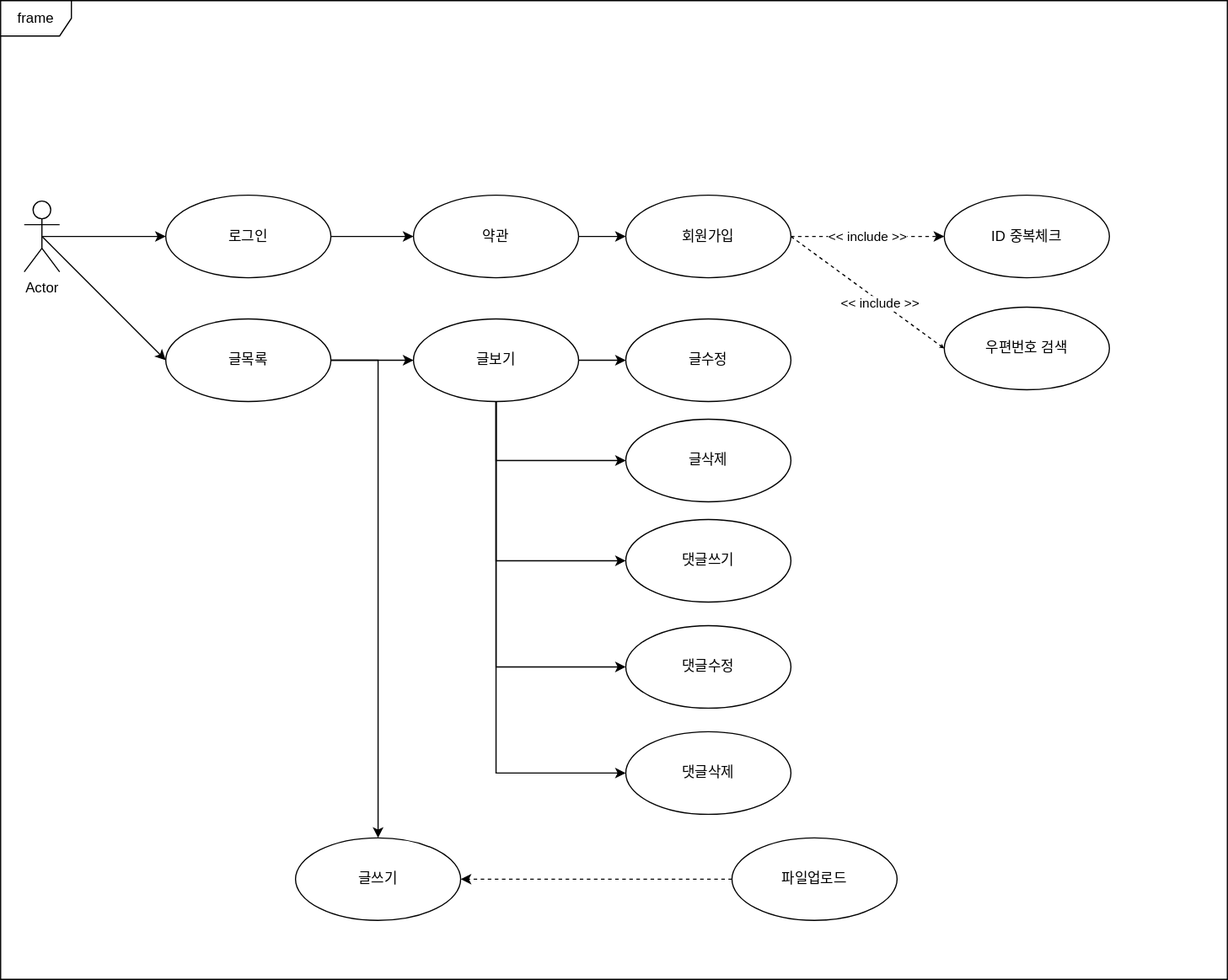
The draw.io diagram JBoard1/게시판 유스케이스.svg in haerisogyumo/JSP, before a commit. Source tidied: cells renumbered, new cells last; positions are measured from the earlier drawing's top-left corner, leaving out a move shared by most shapes.
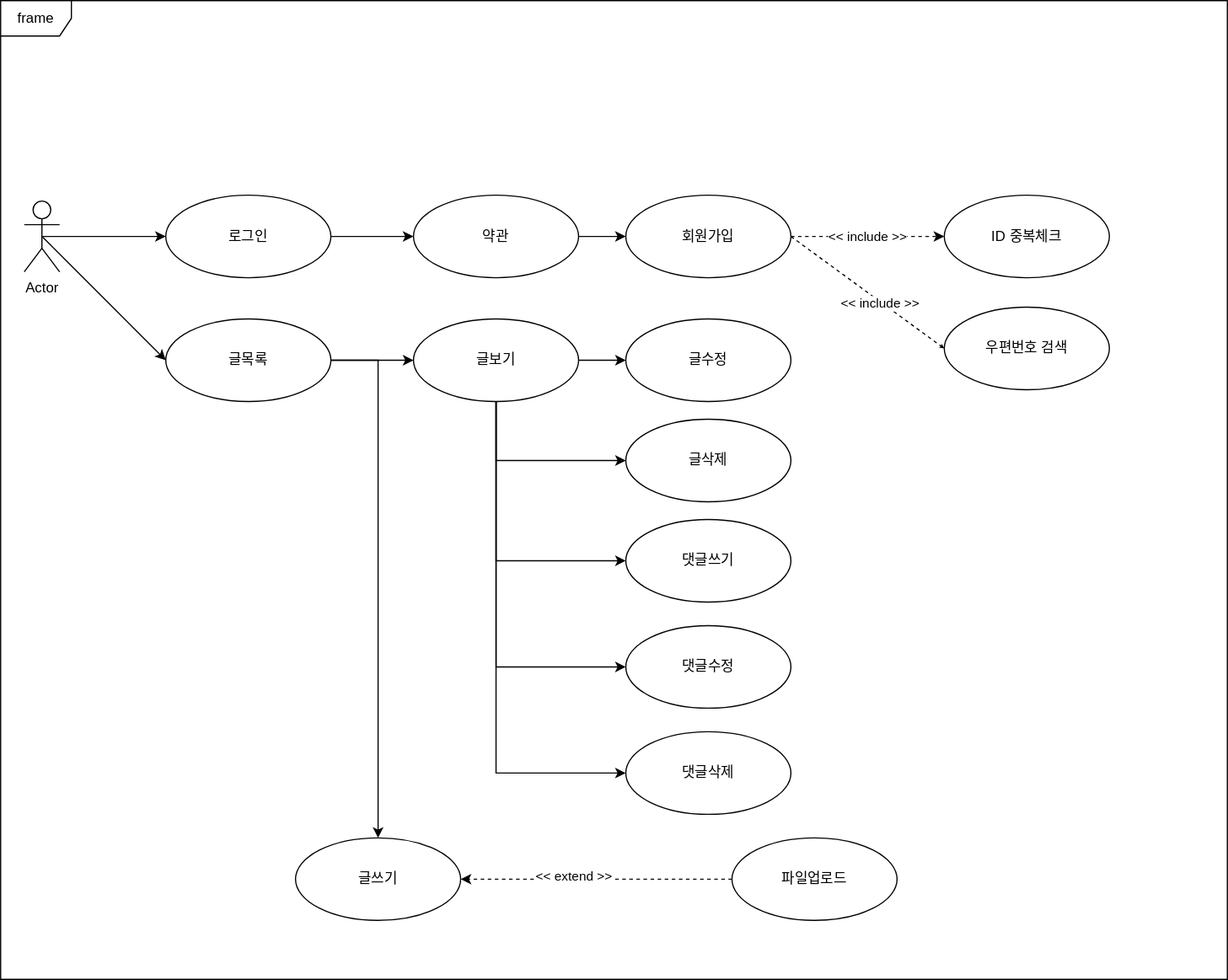
Above is the later version.

Change to the diagram source:
```diff
@@ -1,4 +1,4 @@
-<mxGraphModel>
+<mxGraphModel background="#ffffff">
   <root>
     <mxCell id="0" />
     <mxCell id="1" parent="0" />
@@ -92,6 +92,9 @@
     <mxCell id="31" style="edgeStyle=orthogonalEdgeStyle;rounded=0;jettySize=auto;html=1;exitX=0;exitY=0.5;exitDx=0;exitDy=0;strokeColor=default;endArrow=classic;endFill=1;startSize=6;endSize=6;dashed=1;" parent="1" edge="1" source="32" target="30">
       <mxGeometry relative="1" as="geometry" />
     </mxCell>
+    <mxCell id="33" value="&amp;lt;&amp;lt; extend &amp;gt;&amp;gt;" style="edgeLabel;html=1;align=center;verticalAlign=middle;" parent="31" vertex="1">
+      <mxGeometry x="0.17" y="-3" relative="1" as="geometry" />
+    </mxCell>
     <mxCell id="32" value="파일업로드" style="ellipse;whiteSpace=wrap;html=1;" parent="1" vertex="1">
       <mxGeometry x="620" y="710" width="140" height="70" as="geometry" />
     </mxCell>
```
